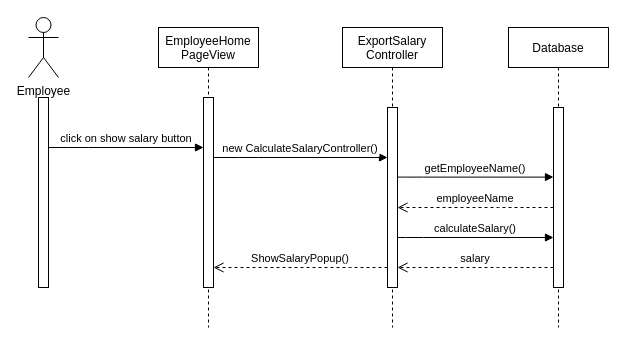
This is Diagram/Sequence Diagram/ExportSalary.drawio from hakunhan/employee_management, a draw.io file, before an edit. Source tidied: cells renumbered, new cells numbered last; positions are measured from the earlier drawing's top-left corner, leaving out a move shared by most shapes. Both pictures are drawn from the tidied source at 100%, with x=0, y=0 at pixel (28, 17).
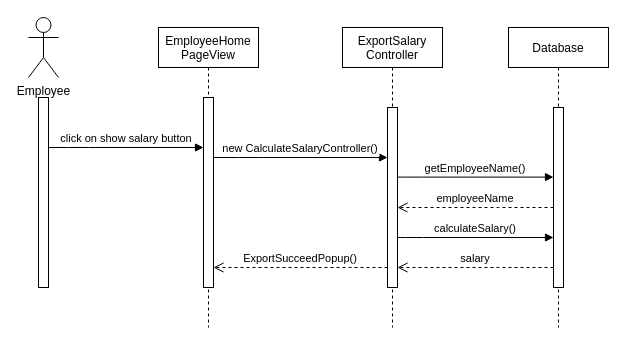
After the change.

Unchanged cells that the change refers to:
```xml
<mxCell id="3" style="points=[];perimeter=orthogonalPerimeter;rounded=0;shadow=0;strokeWidth=1;" parent="2" vertex="1">
  <mxGeometry x="45" y="70" width="10" height="190" as="geometry" />
</mxCell>
<mxCell id="5" style="points=[];perimeter=orthogonalPerimeter;rounded=0;shadow=0;strokeWidth=1;" parent="4" vertex="1">
  <mxGeometry x="45" y="80" width="10" height="180" as="geometry" />
</mxCell>
```

Diff of the diagram source:
```diff
@@
-    <mxCell id="16" value="ShowSalaryPopup()" style="verticalAlign=bottom;endArrow=open;dashed=1;endSize=8;shadow=0;strokeWidth=1;" parent="1" edge="1" source="5" target="3">
+    <mxCell id="16" value="ExportSucceedPopup()" style="verticalAlign=bottom;endArrow=open;dashed=1;endSize=8;shadow=0;strokeWidth=1;" parent="1" edge="1" source="5" target="3">
       <mxGeometry relative="1" as="geometry">
         <Array as="points">
           <mxPoint x="311" y="250" />
         </Array>
       </mxGeometry>
     </mxCell>
```
